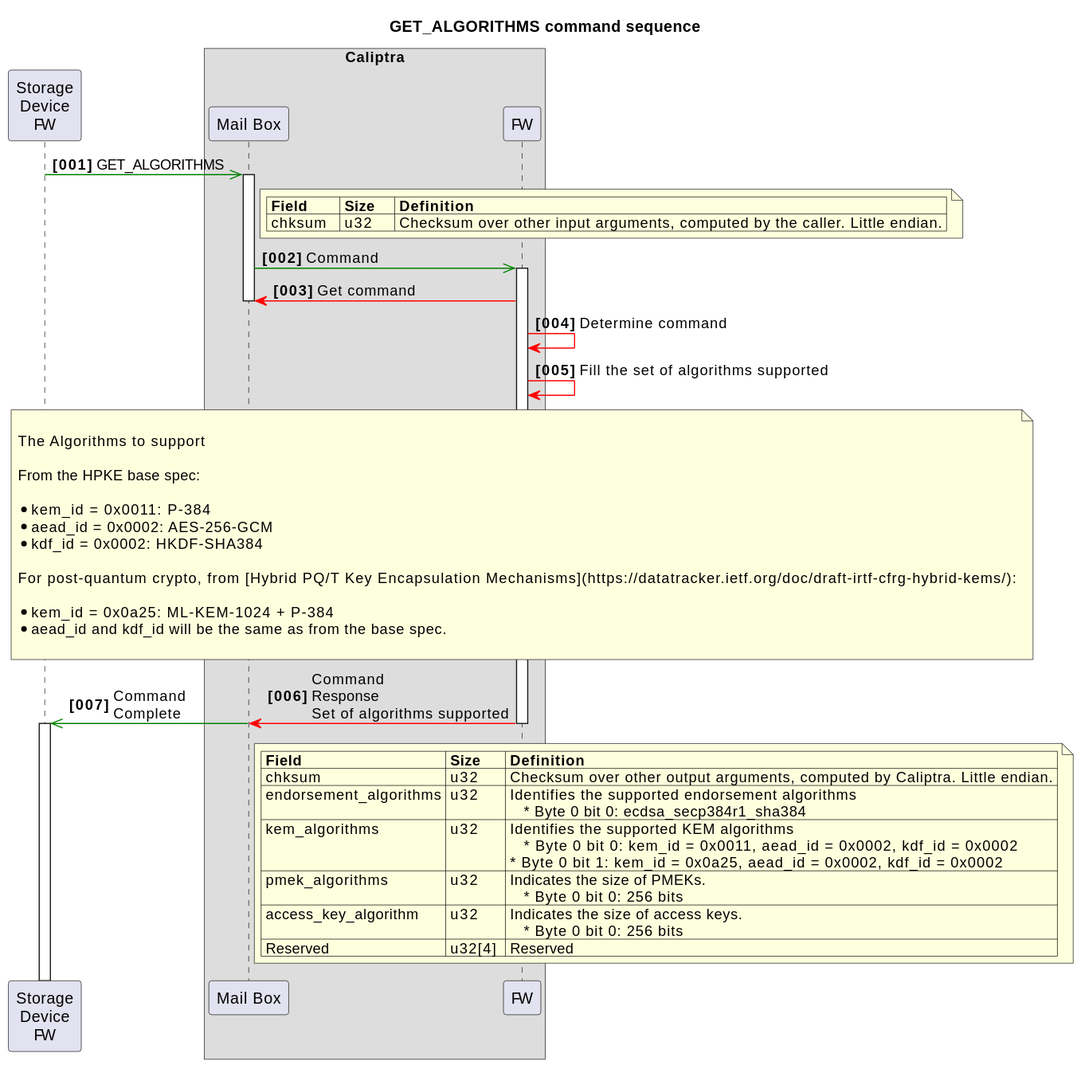
Earlier version of the PlantUML export doc/ocp_lock/diagrams/uml/get_algorithms.svg (chipsalliance/Caliptra). Its diagram source:
```plantuml
@startuml
!include ocp_lock_utils.inc

!if ($show_title)
    Title "GET_ALGORITHMS command sequence"
!endif

fw $async mb++ : GET_ALGORITHMS

!if ($show_api)
    note right mb
        | <b>Field | <b>Size | <b>Definition |
        | chksum   | u32     | Checksum over other input arguments, computed by the caller. Little endian. |
    end note
!endif

mb $async cfw++ : Command

!if ($show_msg_parsing)
    cfw $sync mb : Get command
    mb--
    $self("cfw", "Determine command")
!else
    mb--
!endif

$self("cfw", "Fill the set of algorithms supported ")
note over cfw

    The Algorithms to support

    From the HPKE base spec:

    * kem_id = 0x0011: P-384
    * aead_id = 0x0002: AES-256-GCM
    * kdf_id = 0x0002: HKDF-SHA384

    For post-quantum crypto, from [Hybrid PQ/T Key Encapsulation Mechanisms](https://datatracker.ietf.org/doc/draft-irtf-cfrg-hybrid-kems/):

    * kem_id = 0x0a25: ML-KEM-1024 + P-384
    * aead_id and kdf_id will be the same as from the base spec.

end note

cfw $sync mb : Command\nResponse\nSet of algorithms supported
& mb $async fw++ : Command\nComplete
cfw--
!if ($show_api)
    ||5||
    note right mb
        | <b>Field               | <b>Size | <b>Definition |
        | chksum                 | u32     | Checksum over other output arguments, computed by Caliptra. Little endian. |
        | endorsement_algorithms | u32     | Identifies the supported endorsement algorithms\n    * Byte 0 bit 0: ecdsa_secp384r1_sha384 |
        | kem_algorithms         | u32     | Identifies the supported KEM algorithms\n    * Byte 0 bit 0: kem_id = 0x0011, aead_id = 0x0002, kdf_id = 0x0002\n * Byte 0 bit 1: kem_id = 0x0a25, aead_id = 0x0002, kdf_id = 0x0002 |
        | pmek_algorithms        | u32     | Indicates the size of PMEKs.\n    * Byte 0 bit 0: 256 bits |
        | access_key_algorithm   | u32     | Indicates the size of access keys.\n    * Byte 0 bit 0: 256 bits |
        | Reserved               | u32[4]  | Reserved |
    end note
!endif
@enduml
```
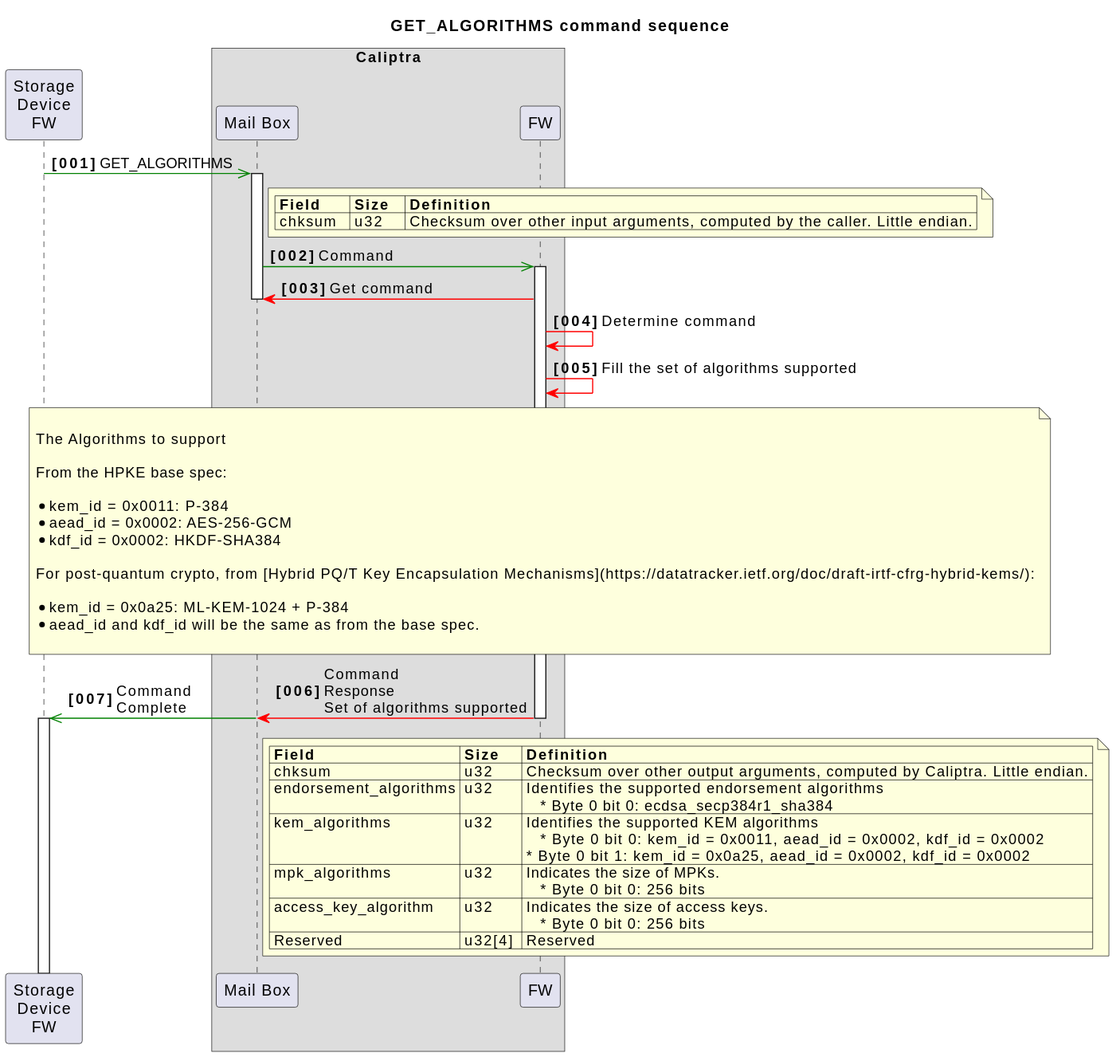
After the change.

Diff of the diagram source:
```diff
@@ -52,7 +52,7 @@
         | chksum                 | u32     | Checksum over other output arguments, computed by Caliptra. Little endian. |
         | endorsement_algorithms | u32     | Identifies the supported endorsement algorithms\n    * Byte 0 bit 0: ecdsa_secp384r1_sha384 |
         | kem_algorithms         | u32     | Identifies the supported KEM algorithms\n    * Byte 0 bit 0: kem_id = 0x0011, aead_id = 0x0002, kdf_id = 0x0002\n * Byte 0 bit 1: kem_id = 0x0a25, aead_id = 0x0002, kdf_id = 0x0002 |
-        | pmek_algorithms        | u32     | Indicates the size of PMEKs.\n    * Byte 0 bit 0: 256 bits |
+        | mpk_algorithms         | u32     | Indicates the size of MPKs.\n    * Byte 0 bit 0: 256 bits |
         | access_key_algorithm   | u32     | Indicates the size of access keys.\n    * Byte 0 bit 0: 256 bits |
         | Reserved               | u32[4]  | Reserved |
     end note
```
